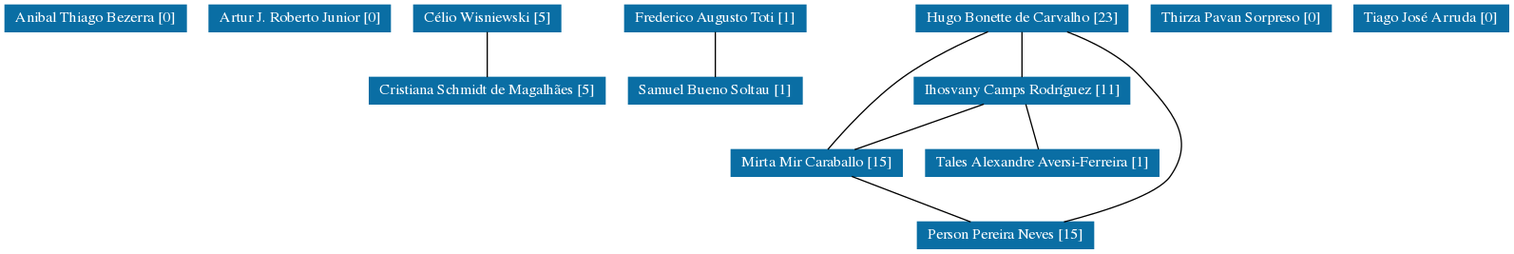
icamps/unifal-lattes.github.io keeps this Graphviz diagram as df/grafoDeColaboracoesSemPesos.png. Above is the earlier version. Its source is kept beside it as df/grafoDeColaboracoesSemPesos.dot.
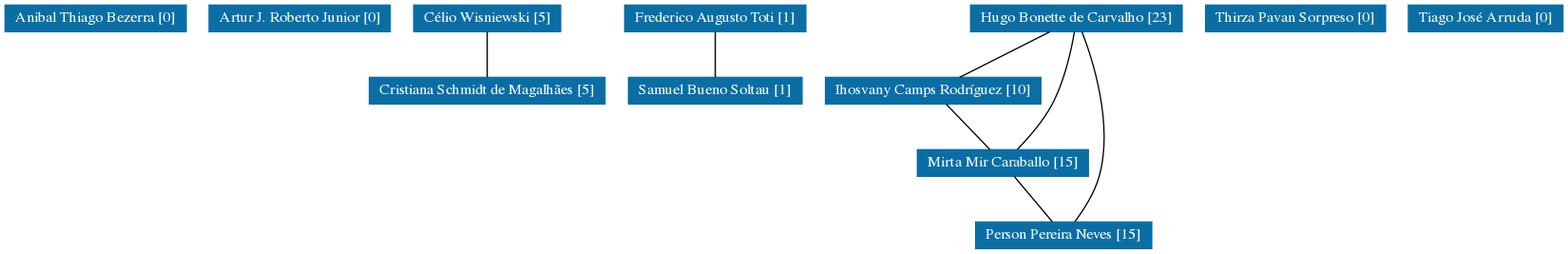
The same file after the commit.

The edit, as a diff of the source:
```diff
@@ -1,5 +1,5 @@
 strict graph grafo1 {
-	graph [bb="0,0,1186.5,192",
+	graph [bb="0,0,1229.5,192",
 		id=grafo1,
 		overlap=False
 	];
@@ -57,54 +57,46 @@
 		fontcolor="#FFFFFF",
 		height=0.29167,
 		label="Hugo Bonette de Carvalho [23]",
-		pos="802.5,181.5",
+		pos="845.5,181.5",
 		width=2.3194];
 	6	 [URL="membro-3732563704810366.html",
 		color="#0A6EA4",
 		fontcolor="#FFFFFF",
 		height=0.29167,
-		label="Ihosvany Camps Rodríguez [11]",
-		pos="802.5,124.5",
+		label="Ihosvany Camps Rodríguez [10]",
+		pos="732.5,124.5",
 		width=2.3611];
-	5 -- 6	 [pos="802.5,170.78 802.5,160.59 802.5,145.35 802.5,135.17"];
+	5 -- 6	 [pos="824.51,170.91 804.21,160.67 773.64,145.25 753.38,135.03"];
 	7	 [URL="membro-6165304398755510.html",
 		color="#0A6EA4",
 		fontcolor="#FFFFFF",
 		height=0.29167,
 		label="Mirta Mir Caraballo [15]",
-		pos="640.5,67.5",
+		pos="787.5,67.5",
 		width=1.875];
-	5 -- 7	 [pos="775.69,170.99 756.15,162.7 729.53,150.03 708.5,135 684.68,117.98 661.47,92.456 649.29,78.168"];
+	5 -- 7	 [pos="843.95,170.92 841.62,157.18 836.4,132.73 826.5,114 819.31,100.4 807.64,87.187 798.93,78.345"];
 	8	 [URL="membro-2380268778692743.html",
 		color="#0A6EA4",
 		fontcolor="#FFFFFF",
 		height=0.29167,
 		label="Person Pereira Neves [15]",
-		pos="789.5,10.5",
+		pos="835.5,10.5",
 		width=1.9306];
-	5 -- 8	 [pos="838.08,170.9 857.52,163.54 880.78,151.96 896.5,135 921.07,108.49 940.31,86.548 919.5,57 909.46,42.743 868.84,29.672 835.64,21.043"];
-	6 -- 7	 [pos="772.41,113.91 743.31,103.67 699.47,88.25 670.43,78.031"];
-	10	 [URL="membro-1101341437463729.html",
-		color="#0A6EA4",
-		fontcolor="#FFFFFF",
-		height=0.29167,
-		label="Tales Alexandre Aversi-Ferreira [1]",
-		pos="818.5,67.5",
-		width=2.5556];
-	6 -- 10	 [pos="805.51,113.78 808.37,103.59 812.65,88.348 815.5,78.173"];
-	7 -- 8	 [pos="668.18,56.912 694.94,46.674 735.26,31.25 761.97,21.031"];
-	11	 [URL="membro-3940703666349048.html",
+	5 -- 8	 [pos="849.89,170.99 858.32,149.31 874.96,98.243 863.5,57 859.77,43.562 850.99,30.12 844.25,21.17"];
+	6 -- 7	 [pos="742.85,113.78 752.68,103.59 767.38,88.348 777.2,78.173"];
+	7 -- 8	 [pos="796.53,56.779 805.11,46.588 817.94,31.348 826.51,21.173"];
+	10	 [URL="membro-3940703666349048.html",
 		color="#0A6EA4",
 		fontcolor="#FFFFFF",
 		height=0.29167,
 		label="Thirza Pavan Sorpreso [0]",
-		pos="975.5,181.5",
+		pos="1018.5,181.5",
 		width=1.9722];
-	12	 [URL="membro-2604391010090933.html",
+	11	 [URL="membro-2604391010090933.html",
 		color="#0A6EA4",
 		fontcolor="#FFFFFF",
 		height=0.29167,
 		label="Tiago José Arruda [0]",
-		pos="1125.5,181.5",
+		pos="1168.5,181.5",
 		width=1.6944];
 }
```
